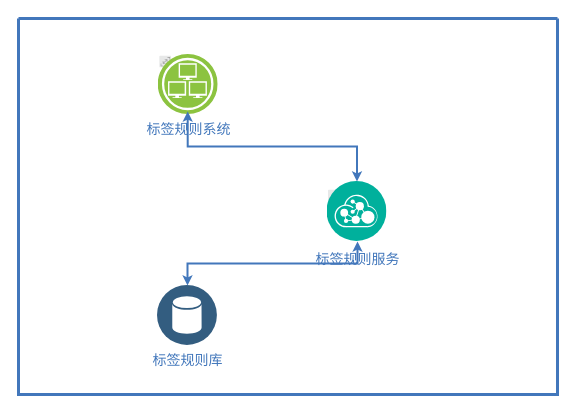
This is 标签策略系统.drawio from yigoC/test, a draw.io file, before an edit. Source tidied: cells renumbered, new cells numbered last; positions are measured from the earlier drawing's top-left corner, leaving out a move shared by most shapes. Both pictures are drawn from the tidied source at 100%, with x=0, y=0 at pixel (18, 18).
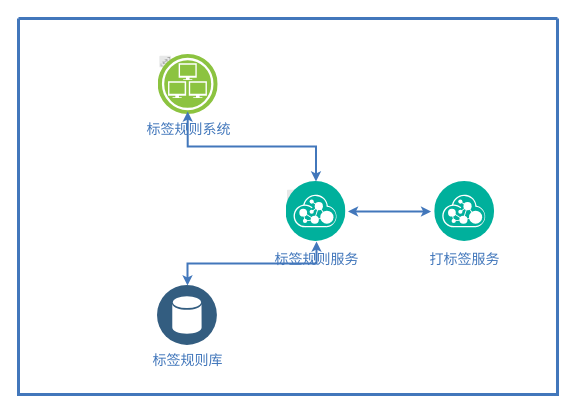
After the change.

Commit message (it also covers changes not shown here):
Update 标签策略系统.drawio

Change to the diagram source:
```diff
@@
 <mxGraphModel background="#ffffff">
   <root>
     <mxCell id="0" />
     <mxCell id="1" parent="0" />
     <mxCell id="2" style="swimlane;shadow=0;strokeColor=#4277BB;fillColor=#ffffff;fontColor=#4277BB;align=right;startSize=0;strokeWidth=3;" parent="1" vertex="1">
       <mxGeometry width="539" height="376" as="geometry" />
     </mxCell>
     <mxCell id="3" value="标签规则库" style="perimeter=ellipsePerimeter;html=1;align=center;shadow=0;dashed=0;image;image=img/lib/ibm/data/data_services.svg;rounded=1;labelBackgroundColor=#ffffff;strokeColor=#666666;strokeWidth=3;fillColor=#C2952D;gradientColor=none;fontSize=14;fontColor=#4277BB;" parent="2" vertex="1">
       <mxGeometry x="139" y="267" width="60" height="60" as="geometry" />
     </mxCell>
     <mxCell id="4" value="标签规则系统" style="group;fontSize=14;fontColor=#4277BB;labelPosition=center;verticalLabelPosition=bottom;align=center;verticalAlign=top;labelBackgroundColor=#ffffff;rotation=0;" parent="2" vertex="1">
       <mxGeometry x="141.2" y="36" width="58.5" height="60" as="geometry" />
     </mxCell>
     <mxCell id="5" style="perimeter=ellipsePerimeter;html=1;align=center;shadow=0;dashed=0;image;image=img/lib/ibm/miscellaneous/scalable.svg;rounded=1;labelBackgroundColor=none;strokeColor=#666666;strokeWidth=3;fillColor=#C2952D;gradientColor=none;fontSize=14;fontColor=#4277BB;" parent="4" vertex="1">
       <mxGeometry width="12" height="15" as="geometry" />
     </mxCell>
     <mxCell id="6" style="perimeter=ellipsePerimeter;html=1;align=center;shadow=0;dashed=0;fontColor=#4277BB;labelBackgroundColor=#ffffff;fontSize=12;spacingTop=3;image;image=img/lib/ibm/infrastructure/infrastructure_services.svg;" parent="4" vertex="1">
       <mxGeometry x="-1.5" width="60" height="60" as="geometry" />
     </mxCell>
     <mxCell id="7" style="edgeStyle=elbowEdgeStyle;rounded=0;elbow=vertical;html=1;labelBackgroundColor=#ffffff;startArrow=classic;startFill=1;startSize=4;endArrow=classic;endFill=1;endSize=4;jettySize=auto;strokeColor=#4277BB;strokeWidth=2;fontSize=14;fontColor=#4277BB;entryX=0.5;entryY=0;entryDx=0;entryDy=0;" parent="4" edge="1" target="10">
       <mxGeometry relative="1" as="geometry">
         <mxPoint x="28" y="57" as="sourcePoint" />
       </mxGeometry>
     </mxCell>
     <mxCell id="8" style="group;fontSize=14;fontColor=#4277BB;labelBackgroundColor=#ffffff;" parent="2" vertex="1">
-      <mxGeometry x="310" y="170" width="58.5" height="60" as="geometry" />
+      <mxGeometry x="269" y="170" width="58.5" height="60" as="geometry" />
     </mxCell>
     <mxCell id="9" style="perimeter=ellipsePerimeter;html=1;align=center;shadow=0;dashed=0;image;image=img/lib/ibm/miscellaneous/scalable.svg;rounded=1;labelBackgroundColor=none;strokeColor=#666666;strokeWidth=3;fillColor=#C2952D;gradientColor=none;fontSize=14;fontColor=#4277BB;" parent="8" vertex="1">
       <mxGeometry width="12" height="15" as="geometry" />
     </mxCell>
     <mxCell id="10" value="标签规则服务" style="perimeter=ellipsePerimeter;html=1;align=center;shadow=0;dashed=0;image;image=img/lib/ibm/management/api_management.svg;rounded=1;labelBackgroundColor=#ffffff;strokeColor=#666666;strokeWidth=3;fillColor=#C2952D;gradientColor=none;fontSize=14;fontColor=#4277BB;spacingTop=3;" parent="8" vertex="1">
       <mxGeometry x="-1.5" y="-7" width="60" height="60" as="geometry" />
     </mxCell>
     <mxCell id="11" style="edgeStyle=elbowEdgeStyle;rounded=0;elbow=vertical;html=1;labelBackgroundColor=#ffffff;startArrow=classic;startFill=1;startSize=4;endArrow=classic;endFill=1;endSize=4;jettySize=auto;strokeColor=#4277BB;strokeWidth=2;fontSize=14;fontColor=#4277BB;entryX=0.5;entryY=0;entryDx=0;entryDy=0;" parent="8" edge="1" target="3">
       <mxGeometry relative="1" as="geometry">
         <mxPoint x="29" y="53" as="sourcePoint" />
       </mxGeometry>
     </mxCell>
+    <mxCell id="12" style="edgeStyle=elbowEdgeStyle;rounded=0;elbow=vertical;html=1;labelBackgroundColor=#ffffff;startArrow=classic;startFill=1;startSize=4;endArrow=classic;endFill=1;endSize=4;jettySize=auto;orthogonalLoop=1;strokeColor=#4277BB;strokeWidth=2;fontSize=14;fontColor=#4277BB;exitX=1;exitY=0.5;exitDx=0;exitDy=0;" parent="2" edge="1">
+      <mxGeometry relative="1" as="geometry">
+        <mxPoint x="329.5" y="193" as="sourcePoint" />
+        <mxPoint x="412.6" y="193" as="targetPoint" />
+      </mxGeometry>
+    </mxCell>
+    <mxCell id="13" style="group;fontSize=14;fontColor=#4277BB;labelBackgroundColor=#ffffff;" parent="2" vertex="1">
+      <mxGeometry x="410" y="170" width="58.5" height="60" as="geometry" />
+    </mxCell>
+    <mxCell id="14" value="打标签服务" style="perimeter=ellipsePerimeter;html=1;align=center;shadow=0;dashed=0;image;image=img/lib/ibm/management/api_management.svg;rounded=1;labelBackgroundColor=#ffffff;strokeColor=#666666;strokeWidth=3;fillColor=#C2952D;gradientColor=none;fontSize=14;fontColor=#4277BB;spacingTop=3;" parent="13" vertex="1">
+      <mxGeometry x="6.2" y="-7" width="60" height="60" as="geometry" />
+    </mxCell>
   </root>
 </mxGraphModel>
```
